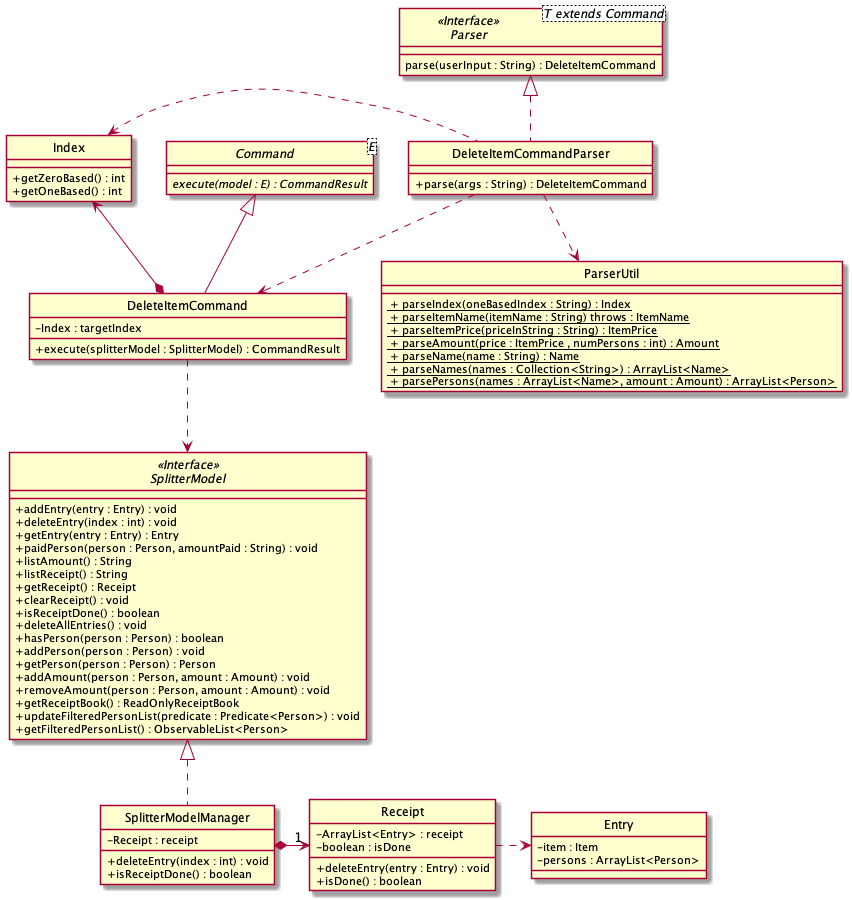
nus-cs2103-AY1920S2/addressbook-level3 keeps this PlantUML diagram as docs/images/ExpenseSplitterDeleteItemCommandClassDiagram.png. Above is the earlier version. The source it was exported from:
```plantuml
@startuml

skinparam backgroundColor #ffffff
skinparam classAttributeIconSize 0
hide circle


abstract class Command<E> {
    {abstract} execute(model : E) : CommandResult
}

class DeleteItemCommandParser implements Parser {
    + parse(args : String) : DeleteItemCommand
}

interface Parser<T extends Command> <<Interface>> {
    parse(userInput : String) : DeleteItemCommand
}

class DeleteItemCommand extends Command {
    - Index : targetIndex

    + execute(splitterModel : SplitterModel) : CommandResult
}

interface SplitterModel <<Interface>> {
    + addEntry(entry : Entry) : void
    + deleteEntry(index : int) : void
    + getEntry(entry : Entry) : Entry
    + paidPerson(person : Person, amountPaid : String) : void
    + listAmount() : String
    + listReceipt() : String
    + getReceipt() : Receipt
    + clearReceipt() : void
    + isReceiptDone() : boolean
    + deleteAllEntries() : void
    + hasPerson(person : Person) : boolean
    + addPerson(person : Person) : void
    + getPerson(person : Person) : Person
    + addAmount(person : Person, amount : Amount) : void
    + removeAmount(person : Person, amount : Amount) : void
    + getReceiptBook() : ReadOnlyReceiptBook
    + updateFilteredPersonList(predicate : Predicate<Person>) : void
    + getFilteredPersonList() : ObservableList<Person>
}

class ParserUtil {
    <u> + parseIndex(oneBasedIndex : String) : Index
    <u> + parseItemName(itemName : String) throws : ItemName
    <u> + parseItemPrice(priceInString : String) : ItemPrice
    <u> + parseAmount(price : ItemPrice , numPersons : int) : Amount
    <u> + parseName(name : String) : Name
    <u> + parseNames(names : Collection<String>) : ArrayList<Name>
    <u> + parsePersons(names : ArrayList<Name>, amount : Amount) : ArrayList<Person>
}

class Index {
    + getZeroBased() : int
    + getOneBased() : int
}

class SplitterModelManager implements SplitterModel {
    - Receipt : receipt

    + deleteEntry(index : int) : void
    + isReceiptDone() : boolean
}

class Receipt {
    - ArrayList<Entry> : receipt
    - boolean : isDone

    + deleteEntry(entry : Entry) : void
    + isDone() : boolean
}

class Entry {
    - item : Item
    - persons : ArrayList<Person>
}

DeleteItemCommand ..> SplitterModel
DeleteItemCommand *--> Index
DeleteItemCommandParser .left.> Index
DeleteItemCommandParser ..> DeleteItemCommand
DeleteItemCommandParser ..> ParserUtil
SplitterModelManager *-right->"1" Receipt
Receipt .right.> Entry


@enduml
```
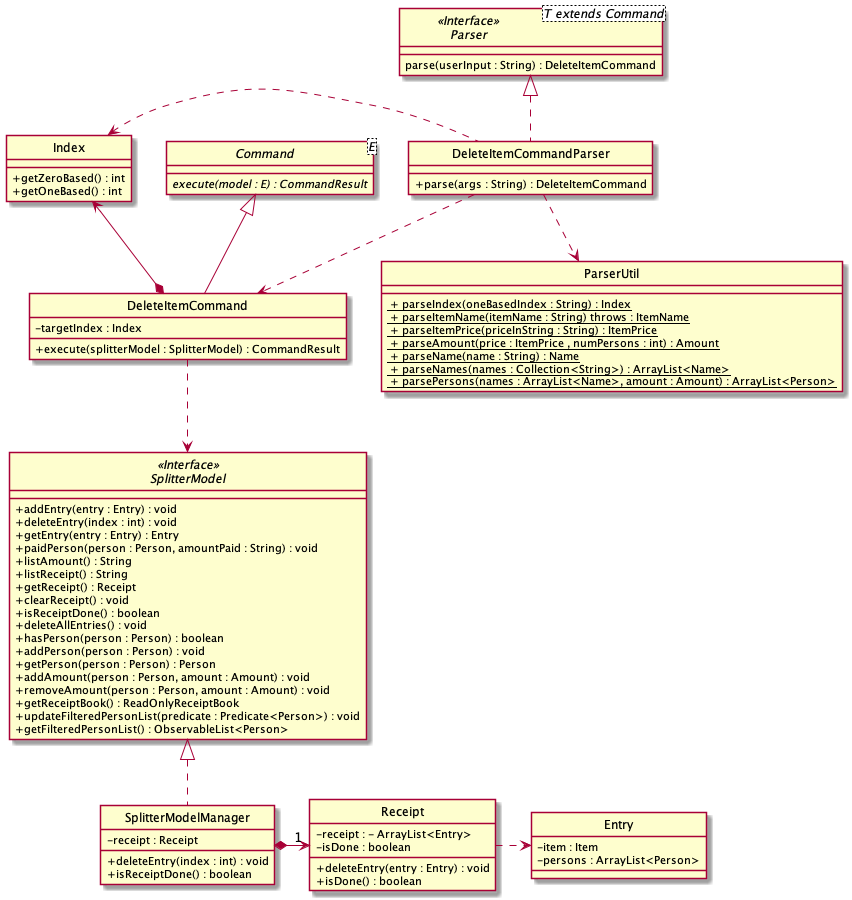
The same diagram one commit later.

Commit message:
Update seq diagrams

Change to the diagram source:
```diff
@@ -18,7 +18,7 @@
 }
 
 class DeleteItemCommand extends Command {
-    - Index : targetIndex
+    - targetIndex : Index
 
     + execute(splitterModel : SplitterModel) : CommandResult
 }
@@ -60,15 +60,15 @@
 }
 
 class SplitterModelManager implements SplitterModel {
-    - Receipt : receipt
+    - receipt : Receipt
 
     + deleteEntry(index : int) : void
     + isReceiptDone() : boolean
 }
 
 class Receipt {
-    - ArrayList<Entry> : receipt
-    - boolean : isDone
+    - receipt : - ArrayList<Entry>
+    - isDone : boolean
 
     + deleteEntry(entry : Entry) : void
     + isDone() : boolean
```
